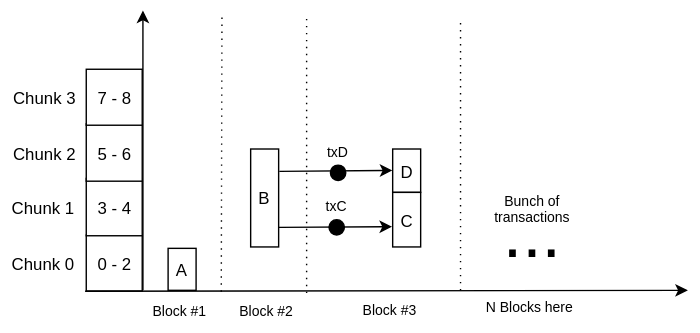
The draw.io diagram after-n-blocks.svg in artall64/tmp-isao-images, before a commit. Source tidied: cells renumbered, new cells last; positions are measured from the earlier drawing's top-left corner, leaving out a move shared by most shapes.
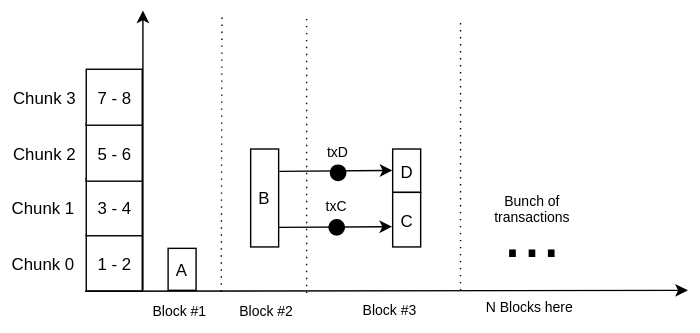
After the commit.

Change to the diagram source:
```diff
@@ -47,7 +47,7 @@
     <mxCell id="12" value="Bunch of transactions&lt;br style=&quot;font-size: 10px&quot;&gt;" style="text;html=1;strokeColor=none;fillColor=none;align=center;verticalAlign=middle;whiteSpace=wrap;rounded=0;fontSize=10;" parent="1" vertex="1">
       <mxGeometry x="340" y="119" width="80" height="46" as="geometry" />
     </mxCell>
-    <mxCell id="13" value="0 - 2" style="rounded=0;whiteSpace=wrap;html=1;" parent="1" vertex="1">
+    <mxCell id="13" value="1 - 2" style="rounded=0;whiteSpace=wrap;html=1;" parent="1" vertex="1">
       <mxGeometry x="61" y="160.5" width="40" height="40" as="geometry" />
     </mxCell>
     <mxCell id="14" value="3 - 4" style="rounded=0;whiteSpace=wrap;html=1;" parent="1" vertex="1">
```
